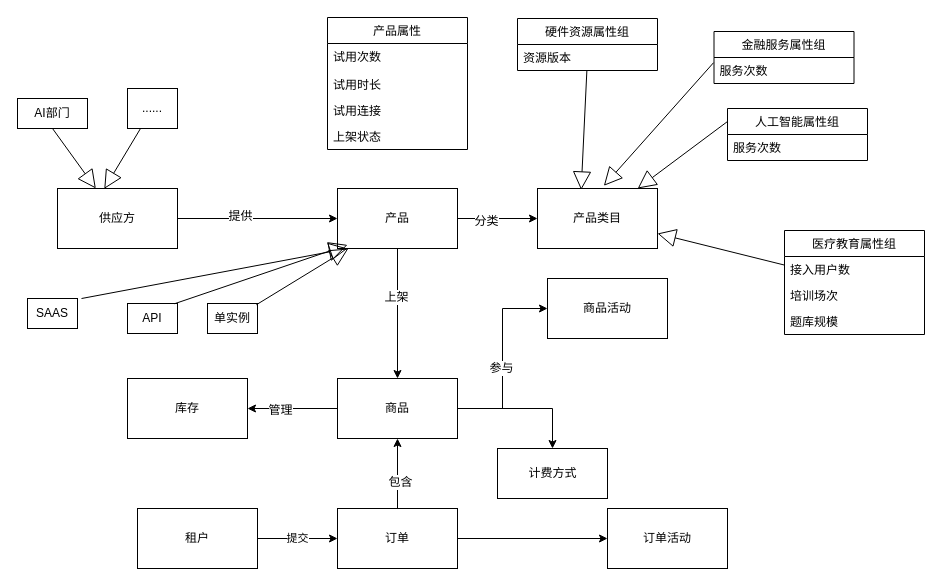
Before: page "Page-4" (4 of 4) of 微医云模块.drawio in liaosg/test, a draw.io diagram. Source tidied: cells renumbered, new cells numbered last; positions are measured from the earlier drawing's top-left corner, leaving out a move shared by most shapes. Both pictures are drawn from the tidied source at 100%, with x=0, y=0 at pixel (17, 17).
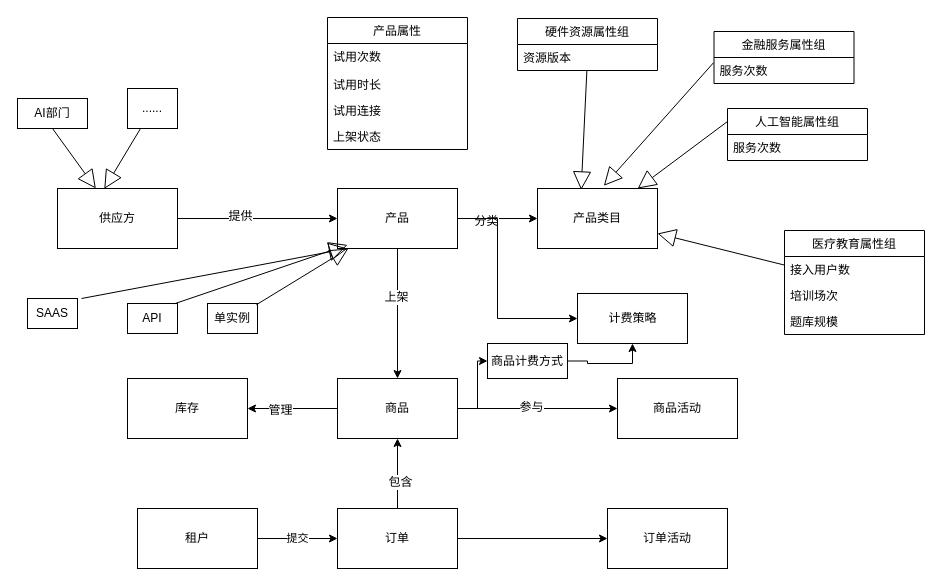
The same diagram, later.

Commit message:
Update 微医云模块.drawio

The change refers to these unchanged cells:
```xml
<mxCell id="6" value="产品" style="rounded=0;whiteSpace=wrap;html=1;" parent="1" vertex="1">
  <mxGeometry x="320" y="171" width="120" height="60" as="geometry" />
</mxCell>
<mxCell id="18" value="商品" style="rounded=0;whiteSpace=wrap;html=1;" parent="1" vertex="1">
  <mxGeometry x="320" y="361" width="120" height="60" as="geometry" />
</mxCell>
```

The edit, as a diff of the source:
```diff
@@
-    <mxCell id="15" style="edgeStyle=orthogonalEdgeStyle;rounded=0;jettySize=auto;html=1;" parent="1" edge="1" source="18" target="49">
-      <mxGeometry relative="1" as="geometry" />
+    <mxCell id="15" style="edgeStyle=orthogonalEdgeStyle;rounded=0;jettySize=auto;html=1;entryX=0;entryY=0.5;entryDx=0;entryDy=0;" parent="1" edge="1" source="6" target="49">
+      <mxGeometry relative="1" as="geometry">
+        <Array as="points">
+          <mxPoint x="480" y="201" />
+          <mxPoint x="480" y="301" />
+        </Array>
+      </mxGeometry>
     </mxCell>
@@
+    <mxCell id="56" style="edgeStyle=orthogonalEdgeStyle;rounded=0;jettySize=auto;html=1;entryX=0;entryY=0.5;entryDx=0;entryDy=0;" parent="1" edge="1" source="18" target="58">
+      <mxGeometry relative="1" as="geometry" />
+    </mxCell>
@@
     <mxCell id="26" value="商品活动" style="rounded=0;whiteSpace=wrap;html=1;" parent="1" vertex="1">
-      <mxGeometry x="530" y="261" width="120" height="60" as="geometry" />
+      <mxGeometry x="600" y="361" width="120" height="60" as="geometry" />
     </mxCell>
@@
-    <mxCell id="49" value="计费方式" style="html=1;" parent="1" vertex="1">
-      <mxGeometry x="480" y="431" width="110" height="50" as="geometry" />
+    <mxCell id="49" value="计费策略" style="html=1;" parent="1" vertex="1">
+      <mxGeometry x="560" y="276" width="110" height="50" as="geometry" />
     </mxCell>
@@
+    <mxCell id="57" style="edgeStyle=orthogonalEdgeStyle;rounded=0;jettySize=auto;html=1;entryX=0.5;entryY=1;entryDx=0;entryDy=0;" parent="1" edge="1" source="58" target="49">
+      <mxGeometry relative="1" as="geometry" />
+    </mxCell>
+    <mxCell id="58" value="商品计费方式" style="rounded=0;whiteSpace=wrap;html=1;" parent="1" vertex="1">
+      <mxGeometry x="470" y="326" width="80" height="35" as="geometry" />
+    </mxCell>
```
